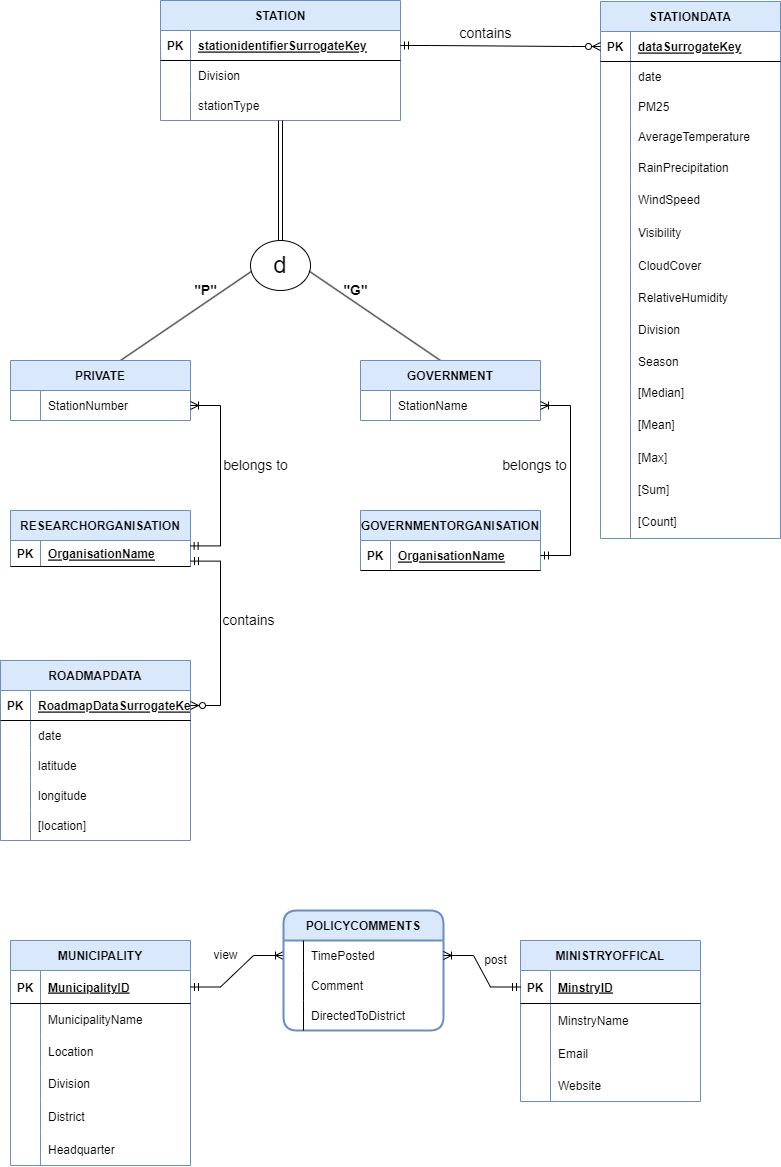
toushifhossain1/AirQualityMonitoringOfBangladesh keeps this draw.io diagram as ERDFinal.drawio.png. Above is the earlier version. Source tidied: cells renumbered, new cells last; positions are measured from the earlier drawing's top-left corner, leaving out a move shared by most shapes.
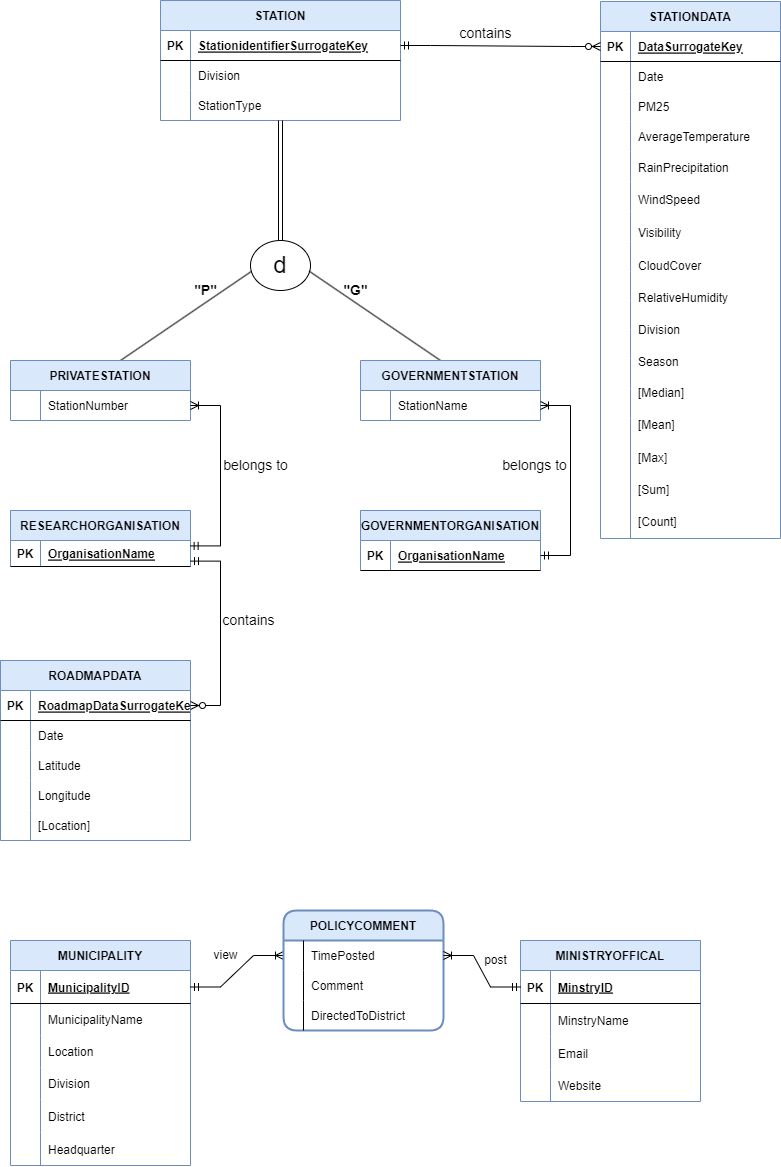
After the commit.

The edit, as a diff of the source:
```diff
@@ -101,7 +101,7 @@
     <mxCell id="34" value="Website" style="shape=partialRectangle;fillColor=none;top=0;left=0;bottom=0;right=0;align=left;spacingLeft=6;overflow=hidden;" parent="32" vertex="1">
       <mxGeometry x="30" width="150" height="32" as="geometry" />
     </mxCell>
-    <mxCell id="35" value="POLICYCOMMENTS" style="swimlane;horizontal=1;startSize=30;rounded=1;fontSize=12;fontStyle=1;strokeWidth=2;shadow=0;dashed=0;align=center;swimlaneLine=1;fillColor=#dae8fc;strokeColor=#6c8ebf;" parent="1" vertex="1">
+    <mxCell id="35" value="POLICYCOMMENT" style="swimlane;horizontal=1;startSize=30;rounded=1;fontSize=12;fontStyle=1;strokeWidth=2;shadow=0;dashed=0;align=center;swimlaneLine=1;fillColor=#dae8fc;strokeColor=#6c8ebf;" parent="1" vertex="1">
       <mxGeometry x="283" y="910" width="160" height="120" as="geometry" />
     </mxCell>
     <mxCell id="36" style="shape=table;startSize=0;rowLines=0;fontStyle=0;align=center;strokeColor=none;fillColor=none;rounded=0;sketch=0;shadow=0;swimlaneLine=1;" parent="35" vertex="1">
@@ -152,7 +152,7 @@
     <mxCell id="51" value="PK" style="shape=partialRectangle;fillColor=none;top=0;left=0;bottom=0;right=0;fontStyle=1;overflow=hidden;" parent="50" vertex="1">
       <mxGeometry width="30" height="30" as="geometry" />
     </mxCell>
-    <mxCell id="52" value="stationidentifierSurrogateKey" style="shape=partialRectangle;fillColor=none;top=0;left=0;bottom=0;right=0;align=left;spacingLeft=6;fontStyle=5;overflow=hidden;" parent="50" vertex="1">
+    <mxCell id="52" value="StationidentifierSurrogateKey" style="shape=partialRectangle;fillColor=none;top=0;left=0;bottom=0;right=0;align=left;spacingLeft=6;fontStyle=5;overflow=hidden;" parent="50" vertex="1">
       <mxGeometry x="30" width="210" height="30" as="geometry" />
     </mxCell>
     <mxCell id="53" style="shape=tableRow;horizontal=0;startSize=0;swimlaneHead=0;swimlaneBody=0;fillColor=none;top=0;left=0;right=0;bottom=0;" parent="49" vertex="1">
@@ -170,7 +170,7 @@
     <mxCell id="57" style="shape=partialRectangle;fillColor=none;top=0;left=0;bottom=0;right=0;overflow=hidden;" parent="56" vertex="1">
       <mxGeometry width="30" height="30" as="geometry" />
     </mxCell>
-    <mxCell id="58" value="stationType" style="shape=partialRectangle;fillColor=none;top=0;left=0;bottom=0;right=0;align=left;spacingLeft=6;overflow=hidden;" parent="56" vertex="1">
+    <mxCell id="58" value="StationType" style="shape=partialRectangle;fillColor=none;top=0;left=0;bottom=0;right=0;align=left;spacingLeft=6;overflow=hidden;" parent="56" vertex="1">
       <mxGeometry x="30" width="210" height="30" as="geometry" />
     </mxCell>
     <mxCell id="59" value="STATIONDATA" style="shape=table;startSize=30;rowLines=0;fontStyle=1;align=center;fillColor=#DAE8FC;strokeColor=#6C8EBF;" parent="1" vertex="1">
@@ -182,7 +182,7 @@
     <mxCell id="61" value="PK" style="shape=partialRectangle;fillColor=none;top=0;left=0;bottom=0;right=0;fontStyle=1;overflow=hidden;" parent="60" vertex="1">
       <mxGeometry width="30" height="30" as="geometry" />
     </mxCell>
-    <mxCell id="62" value="dataSurrogateKey" style="shape=partialRectangle;fillColor=none;top=0;left=0;bottom=0;right=0;align=left;spacingLeft=6;fontStyle=5;overflow=hidden;" parent="60" vertex="1">
+    <mxCell id="62" value="DataSurrogateKey" style="shape=partialRectangle;fillColor=none;top=0;left=0;bottom=0;right=0;align=left;spacingLeft=6;fontStyle=5;overflow=hidden;" parent="60" vertex="1">
       <mxGeometry x="30" width="150" height="30" as="geometry" />
     </mxCell>
     <mxCell id="63" style="shape=tableRow;horizontal=0;startSize=0;swimlaneHead=0;swimlaneBody=0;fillColor=none;top=0;left=0;right=0;bottom=0;" parent="59" vertex="1">
@@ -191,7 +191,7 @@
     <mxCell id="64" style="shape=partialRectangle;fillColor=none;top=0;left=0;bottom=0;right=0;overflow=hidden;" parent="63" vertex="1">
       <mxGeometry width="30" height="30" as="geometry" />
     </mxCell>
-    <mxCell id="65" value="date" style="shape=partialRectangle;fillColor=none;top=0;left=0;bottom=0;right=0;align=left;spacingLeft=6;overflow=hidden;" parent="63" vertex="1">
+    <mxCell id="65" value="Date" style="shape=partialRectangle;fillColor=none;top=0;left=0;bottom=0;right=0;align=left;spacingLeft=6;overflow=hidden;" parent="63" vertex="1">
       <mxGeometry x="30" width="150" height="30" as="geometry" />
     </mxCell>
     <mxCell id="66" style="shape=tableRow;horizontal=0;startSize=0;swimlaneHead=0;swimlaneBody=0;fillColor=none;top=0;left=0;right=0;bottom=0;strokeColor=#6C8EBF;" parent="59" vertex="1">
@@ -321,7 +321,7 @@
     <mxCell id="106" style="line;strokeWidth=1;direction=south;html=1;fontSize=24;" parent="1" vertex="1">
       <mxGeometry x="273" y="120" width="10" height="120" as="geometry" />
     </mxCell>
-    <mxCell id="107" value="PRIVATE" style="shape=table;startSize=30;rowLines=0;fontStyle=1;align=center;fillColor=#DAE8FC;strokeColor=#6C8EBF;" parent="1" vertex="1">
+    <mxCell id="107" value="PRIVATESTATION" style="shape=table;startSize=30;rowLines=0;fontStyle=1;align=center;fillColor=#DAE8FC;strokeColor=#6C8EBF;" parent="1" vertex="1">
       <mxGeometry x="10" y="360" width="180" height="60" as="geometry" />
     </mxCell>
     <mxCell id="108" style="shape=tableRow;horizontal=0;startSize=0;swimlaneHead=0;swimlaneBody=0;fillColor=none;points=[[0,0.5],[1,0.5]];portConstraint=eastwest;top=0;left=0;right=0;bottom=0;" parent="107" vertex="1">
@@ -333,7 +333,7 @@
     <mxCell id="110" value="StationNumber" style="shape=partialRectangle;fillColor=none;top=0;left=0;bottom=0;right=0;align=left;spacingLeft=6;overflow=hidden;" parent="108" vertex="1">
       <mxGeometry x="30" width="150" height="30" as="geometry" />
     </mxCell>
-    <mxCell id="111" value="GOVERNMENT" style="shape=table;startSize=30;rowLines=0;fontStyle=1;align=center;fillColor=#DAE8FC;strokeColor=#6C8EBF;" parent="1" vertex="1">
+    <mxCell id="111" value="GOVERNMENTSTATION" style="shape=table;startSize=30;rowLines=0;fontStyle=1;align=center;fillColor=#DAE8FC;strokeColor=#6C8EBF;" parent="1" vertex="1">
       <mxGeometry x="360" y="360" width="180" height="60" as="geometry" />
     </mxCell>
     <mxCell id="112" style="shape=tableRow;horizontal=0;startSize=0;swimlaneHead=0;swimlaneBody=0;fillColor=none;points=[[0,0.5],[1,0.5]];portConstraint=eastwest;top=0;left=0;right=0;bottom=0;" parent="111" vertex="1">
@@ -375,7 +375,7 @@
     <mxCell id="124" style="shape=partialRectangle;fillColor=none;top=0;left=0;bottom=0;right=0;overflow=hidden;" parent="123" vertex="1">
       <mxGeometry width="30" height="30" as="geometry" />
     </mxCell>
-    <mxCell id="125" value="date" style="shape=partialRectangle;fillColor=none;top=0;left=0;bottom=0;right=0;align=left;spacingLeft=6;overflow=hidden;" parent="123" vertex="1">
+    <mxCell id="125" value="Date" style="shape=partialRectangle;fillColor=none;top=0;left=0;bottom=0;right=0;align=left;spacingLeft=6;overflow=hidden;" parent="123" vertex="1">
       <mxGeometry x="30" width="160" height="30" as="geometry" />
     </mxCell>
     <mxCell id="126" style="shape=tableRow;horizontal=0;startSize=0;swimlaneHead=0;swimlaneBody=0;fillColor=none;top=0;left=0;right=0;bottom=0;" parent="119" vertex="1">
@@ -384,7 +384,7 @@
     <mxCell id="127" style="shape=partialRectangle;fillColor=none;top=0;left=0;bottom=0;right=0;overflow=hidden;" parent="126" vertex="1">
       <mxGeometry width="30" height="30" as="geometry" />
     </mxCell>
-    <mxCell id="128" value="latitude" style="shape=partialRectangle;fillColor=none;top=0;left=0;bottom=0;right=0;align=left;spacingLeft=6;overflow=hidden;" parent="126" vertex="1">
+    <mxCell id="128" value="Latitude" style="shape=partialRectangle;fillColor=none;top=0;left=0;bottom=0;right=0;align=left;spacingLeft=6;overflow=hidden;" parent="126" vertex="1">
       <mxGeometry x="30" width="160" height="30" as="geometry" />
     </mxCell>
     <mxCell id="129" style="shape=tableRow;horizontal=0;startSize=0;swimlaneHead=0;swimlaneBody=0;fillColor=none;top=0;left=0;right=0;bottom=0;" parent="119" vertex="1">
@@ -393,7 +393,7 @@
     <mxCell id="130" style="shape=partialRectangle;fillColor=none;top=0;left=0;bottom=0;right=0;overflow=hidden;" parent="129" vertex="1">
       <mxGeometry width="30" height="30" as="geometry" />
     </mxCell>
-    <mxCell id="131" value="longitude" style="shape=partialRectangle;fillColor=none;top=0;left=0;bottom=0;right=0;align=left;spacingLeft=6;overflow=hidden;" parent="129" vertex="1">
+    <mxCell id="131" value="Longitude" style="shape=partialRectangle;fillColor=none;top=0;left=0;bottom=0;right=0;align=left;spacingLeft=6;overflow=hidden;" parent="129" vertex="1">
       <mxGeometry x="30" width="160" height="30" as="geometry" />
     </mxCell>
     <mxCell id="132" style="shape=tableRow;horizontal=0;startSize=0;swimlaneHead=0;swimlaneBody=0;fillColor=none;top=0;left=0;right=0;bottom=0;" parent="119" vertex="1">
@@ -402,7 +402,7 @@
     <mxCell id="133" style="shape=partialRectangle;fillColor=none;top=0;left=0;bottom=0;right=0;overflow=hidden;" parent="132" vertex="1">
       <mxGeometry width="30" height="30" as="geometry" />
     </mxCell>
-    <mxCell id="134" value="[location]" style="shape=partialRectangle;fillColor=none;top=0;left=0;bottom=0;right=0;align=left;spacingLeft=6;overflow=hidden;" parent="132" vertex="1">
+    <mxCell id="134" value="[Location]" style="shape=partialRectangle;fillColor=none;top=0;left=0;bottom=0;right=0;align=left;spacingLeft=6;overflow=hidden;" parent="132" vertex="1">
       <mxGeometry x="30" width="160" height="30" as="geometry" />
     </mxCell>
     <mxCell id="135" style="edgeStyle=entityRelationEdgeStyle;fontSize=12;html=1;endArrow=ERzeroToMany;startArrow=ERmandOne;rounded=0;entryX=0;entryY=0.5;entryDx=0;entryDy=0;" parent="1" edge="1" source="50" target="60">
```
